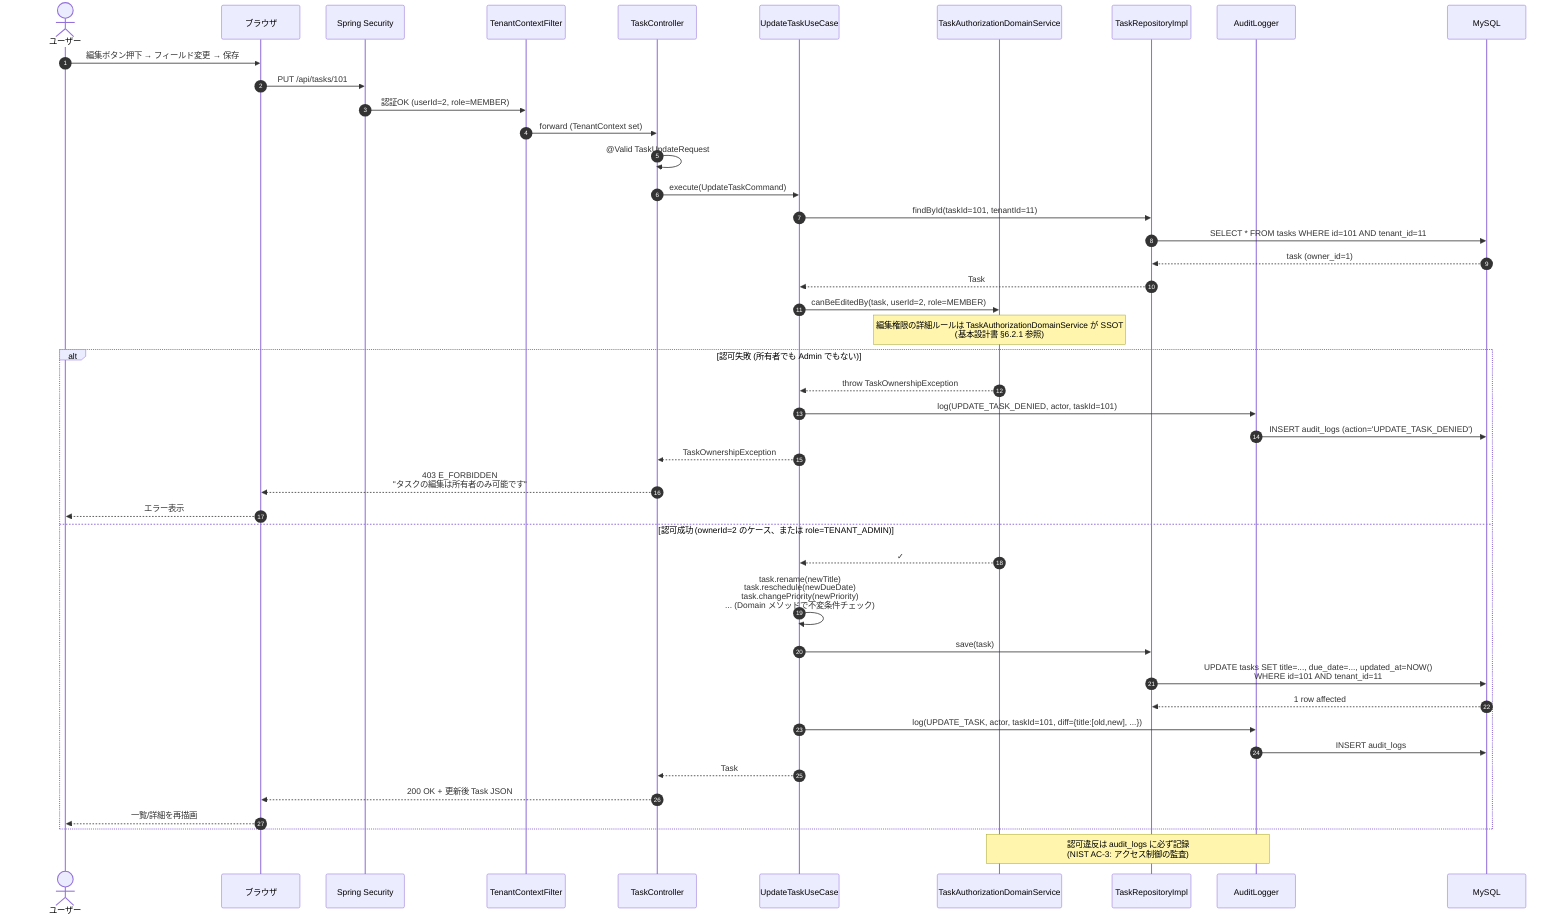
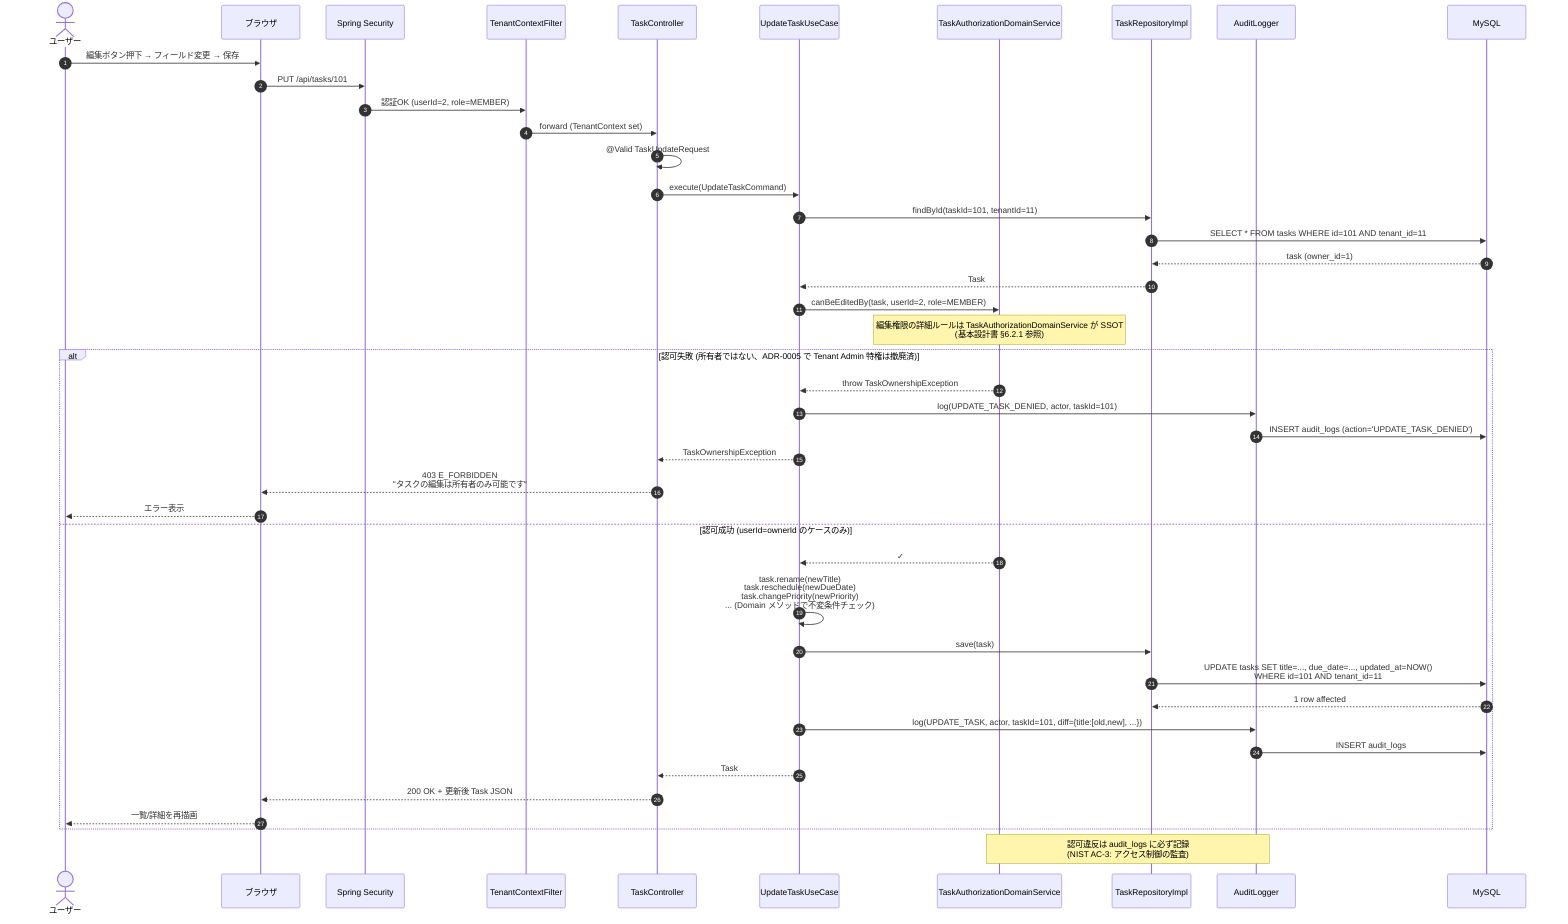
%% ====================================================================
%% シーケンス図 04: タスク編集 (所有者チェック + 権限違反時のエラー)
%% タスク管理システム v1.2
%% ====================================================================
sequenceDiagram
  autonumber
  actor User as ユーザー
  participant Browser as ブラウザ
  participant Sec as Spring Security
  participant Filter as TenantContextFilter
  participant Ctrl as TaskController
  participant UC as UpdateTaskUseCase
  participant AuthZ as TaskAuthorizationDomainService
  participant TaskRepo as TaskRepositoryImpl
  participant Audit as AuditLogger
  participant DB as MySQL

  User->>Browser: 編集ボタン押下 → フィールド変更 → 保存
  Browser->>Sec: PUT /api/tasks/101
  Sec->>Filter: 認証OK (userId=2, role=MEMBER)
  Filter->>Ctrl: forward (TenantContext set)
  Ctrl->>Ctrl: @Valid TaskUpdateRequest
  Ctrl->>UC: execute(UpdateTaskCommand)

  UC->>TaskRepo: findById(taskId=101, tenantId=11)
  TaskRepo->>DB: SELECT * FROM tasks WHERE id=101 AND tenant_id=11
  DB-->>TaskRepo: task (owner_id=1)
  TaskRepo-->>UC: Task

  UC->>AuthZ: canBeEditedBy(task, userId=2, role=MEMBER)
  Note over AuthZ: 編集権限の詳細ルールは TaskAuthorizationDomainService が SSOT<br/>(基本設計書 §6.2.1 参照)

-   alt 認可失敗 (所有者でも Admin でもない)
+   alt 認可失敗 (所有者ではない、ADR-0005 で Tenant Admin 特権は撤廃済)
    AuthZ-->>UC: throw TaskOwnershipException
    UC->>Audit: log(UPDATE_TASK_DENIED, actor, taskId=101)
    Audit->>DB: INSERT audit_logs (action='UPDATE_TASK_DENIED')
    UC-->>Ctrl: TaskOwnershipException
    Ctrl-->>Browser: 403 E_FORBIDDEN<br/>"タスクの編集は所有者のみ可能です"
    Browser-->>User: エラー表示
-   else 認可成功 (ownerId=2 のケース、または role=TENANT_ADMIN)
+   else 認可成功 (userId=ownerId のケースのみ)
    AuthZ-->>UC: ✓
    UC->>UC: task.rename(newTitle)<br/>task.reschedule(newDueDate)<br/>task.changePriority(newPriority)<br/>... (Domain メソッドで不変条件チェック)
    UC->>TaskRepo: save(task)
    TaskRepo->>DB: UPDATE tasks SET title=..., due_date=..., updated_at=NOW()<br/>WHERE id=101 AND tenant_id=11
    DB-->>TaskRepo: 1 row affected
    UC->>Audit: log(UPDATE_TASK, actor, taskId=101, diff={title:[old,new], ...})
    Audit->>DB: INSERT audit_logs
    UC-->>Ctrl: Task
    Ctrl-->>Browser: 200 OK + 更新後 Task JSON
    Browser-->>User: 一覧/詳細を再描画
  end

  Note over AuthZ,Audit: 認可違反は audit_logs に必ず記録<br/>(NIST AC-3: アクセス制御の監査)
